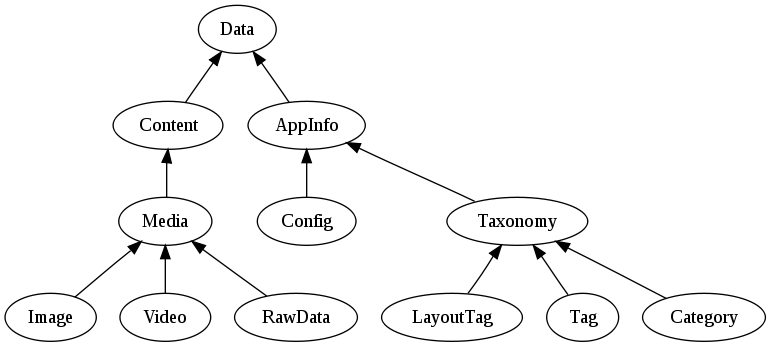
This is type_hierarchy.png from ruoso/bronze, a Graphviz export, as it was before one commit. Its source is kept beside it as type_hierarchy.dot.
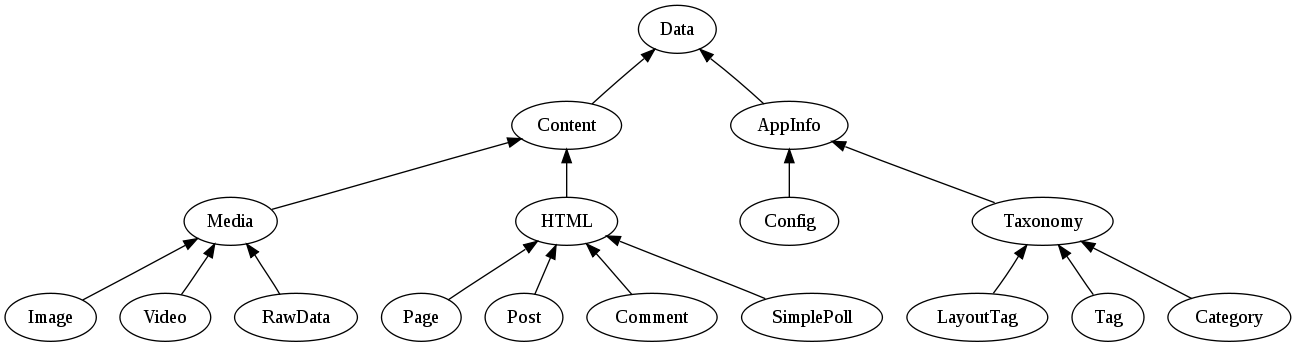
After the change.

Diff of the diagram source:
```diff
@@ -11,4 +11,9 @@
         Image     -> Media;
         Video     -> Media;
         RawData   -> Media;
+        HTML      -> Content;
+        Page      -> HTML;
+        Post      -> HTML;
+        Comment   -> HTML;
+        SimplePoll -> HTML;
 }
```
